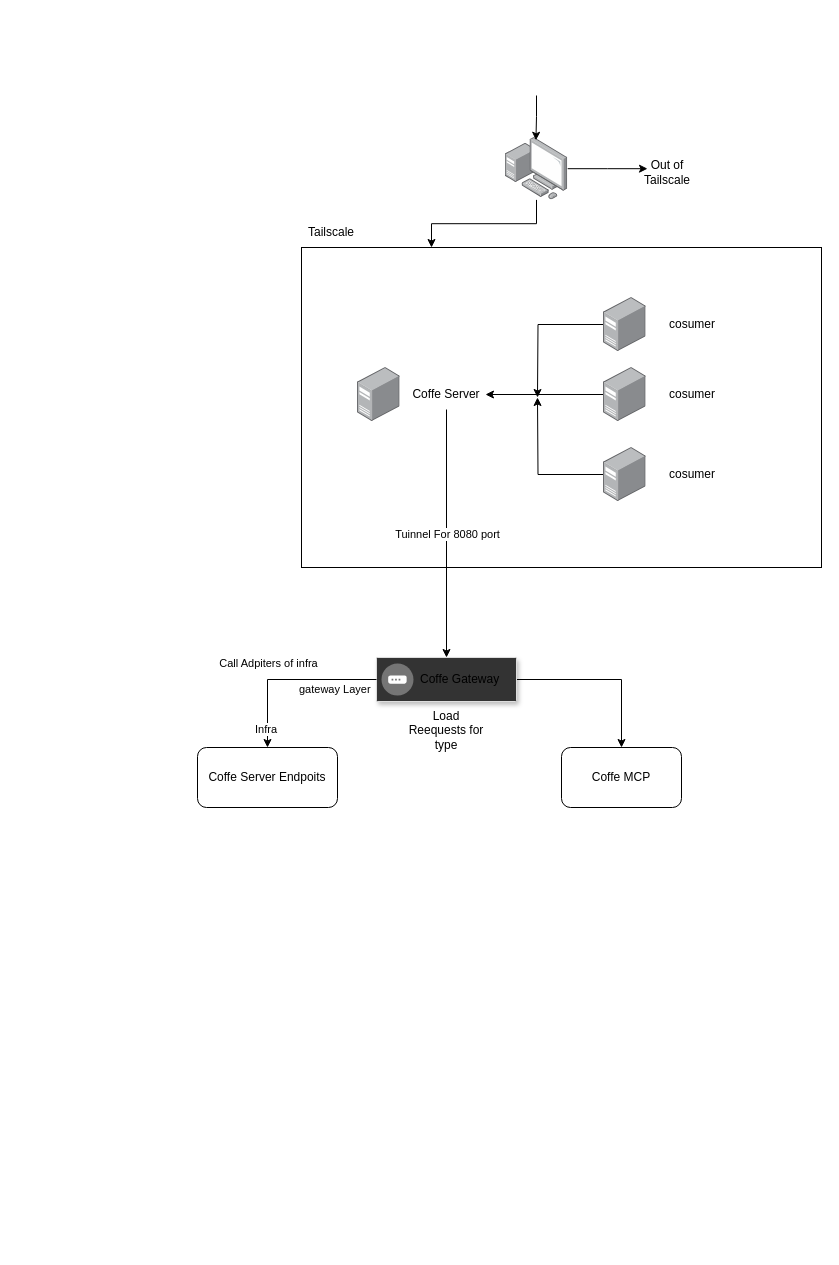
The draw.io diagram page "Overview" (2 of 4) of docs/architecture/arquiture.drawio in QuittoGames/coffe_server, before the edit. Source tidied: cells renumbered, new cells numbered last; positions are measured from the earlier drawing's top-left corner, leaving out a move shared by most shapes. Both pictures are drawn from the tidied source at 100%, with x=0, y=0 at pixel (197, 17).
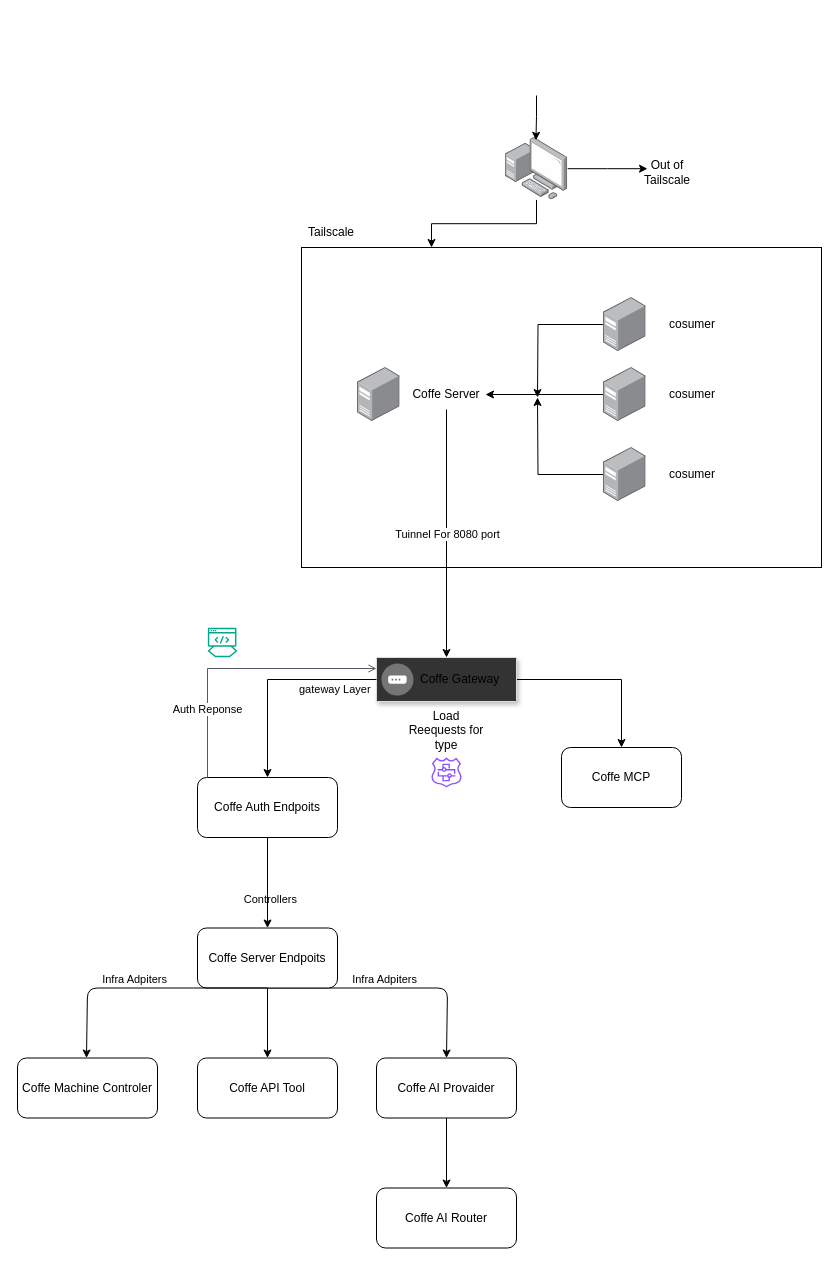
Above is the later version.

Unchanged cells that the change refers to:
```xml
<mxCell id="11" style="strokeColor=#dddddd;fillColor=#333333;shadow=1;strokeWidth=1;rounded=1;absoluteArcSize=1;arcSize=2;" parent="1" vertex="1">
  <mxGeometry x="179" y="640" width="140" height="44" as="geometry" />
</mxCell>
```

The edit, as a diff of the source:
```diff
@@
-    <mxCell id="2" style="sketch=0;outlineConnect=0;fontColor=#232F3E;gradientColor=none;fillColor=#FFFFFF;strokeColor=none;dashed=0;verticalLabelPosition=bottom;verticalAlign=top;align=center;html=1;fontSize=12;fontStyle=0;shape=mxgraph.aws4.user;" parent="1" vertex="1">
+    <mxCell id="2" style="sketch=0;outlineConnect=0;fontColor=#232F3E;gradientColor=none;fillColor=light-dark(#FFFFFF,#FFFFFF);strokeColor=none;dashed=0;verticalLabelPosition=bottom;verticalAlign=top;align=center;html=1;fontSize=12;fontStyle=0;shape=mxgraph.aws4.user;" parent="1" vertex="1">
       <mxGeometry x="300" width="78" height="78" as="geometry" />
     </mxCell>
@@
+    <mxCell id="34" style="edgeStyle=none;html=1;entryX=0.5;entryY=0;entryDx=0;entryDy=0;" parent="1" edge="1" source="28" target="38">
+      <mxGeometry relative="1" as="geometry" />
+    </mxCell>
+    <mxCell id="35" style="edgeStyle=none;html=1;exitX=0.5;exitY=1;exitDx=0;exitDy=0;entryX=0.5;entryY=0;entryDx=0;entryDy=0;" parent="1" edge="1" source="28" target="40">
+      <mxGeometry relative="1" as="geometry">
+        <Array as="points">
+          <mxPoint x="250" y="970.5" />
+        </Array>
+      </mxGeometry>
+    </mxCell>
     <mxCell id="28" value="Coffe Server Endpoits" style="rounded=1;whiteSpace=wrap;html=1;" parent="1" vertex="1">
-      <mxGeometry y="730" width="140" height="60" as="geometry" />
+      <mxGeometry y="910.5" width="140" height="60" as="geometry" />
     </mxCell>
@@
-    <mxCell id="30" style="endArrow=classic;html=1;rounded=0;entryX=0.5;entryY=0;entryDx=0;entryDy=0;exitX=0;exitY=0.5;exitDx=0;exitDy=0;" parent="1" edge="1" source="11" target="28">
+    <mxCell id="30" style="endArrow=classic;html=1;rounded=0;exitX=0;exitY=0.5;exitDx=0;exitDy=0;" parent="1" edge="1" source="11">
       <mxGeometry relative="1" as="geometry">
+        <mxPoint x="70" y="760" as="targetPoint" />
         <Array as="points">
           <mxPoint x="70" y="662" />
         </Array>
       </mxGeometry>
     </mxCell>
-    <mxCell id="31" value="Call Adpiters of infra" style="edgeLabel;html=1;align=center;verticalAlign=middle;" parent="30" vertex="1">
-      <mxGeometry relative="1" as="geometry">
-        <mxPoint x="-20" y="-17" as="offset" />
-      </mxGeometry>
-    </mxCell>
@@
-    <mxCell id="33" value="Infra" style="edgeLabel;html=1;align=right;verticalAlign=bottom;" parent="30" vertex="1">
+    <mxCell id="33" value="Controllers" style="edgeLabel;html=1;align=right;verticalAlign=bottom;" parent="30" vertex="1">
       <mxGeometry x="1" relative="1" as="geometry">
-        <mxPoint x="10" y="-10" as="offset" />
+        <mxPoint x="30" y="130" as="offset" />
       </mxGeometry>
     </mxCell>
+    <mxCell id="36" value="Infra Adpiters" style="edgeLabel;html=1;align=right;verticalAlign=bottom;" parent="30" vertex="1">
+      <mxGeometry x="1" relative="1" as="geometry">
+        <mxPoint x="150" y="210" as="offset" />
+      </mxGeometry>
+    </mxCell>
+    <mxCell id="37" value="Infra Adpiters" style="edgeLabel;html=1;align=right;verticalAlign=bottom;" parent="30" vertex="1">
+      <mxGeometry x="1" relative="1" as="geometry">
+        <mxPoint x="-100" y="210" as="offset" />
+      </mxGeometry>
+    </mxCell>
+    <mxCell id="38" value="Coffe API Tool" style="rounded=1;whiteSpace=wrap;html=1;" parent="1" vertex="1">
+      <mxGeometry y="1040.5" width="140" height="60" as="geometry" />
+    </mxCell>
+    <mxCell id="39" style="edgeStyle=none;html=1;entryX=0.5;entryY=0;entryDx=0;entryDy=0;" parent="1" edge="1" source="40" target="41">
+      <mxGeometry relative="1" as="geometry" />
+    </mxCell>
+    <mxCell id="40" value="Coffe AI Provaider" style="rounded=1;whiteSpace=wrap;html=1;" parent="1" vertex="1">
+      <mxGeometry x="179" y="1040.5" width="140" height="60" as="geometry" />
+    </mxCell>
+    <mxCell id="41" value="Coffe AI Router" style="rounded=1;whiteSpace=wrap;html=1;" parent="1" vertex="1">
+      <mxGeometry x="179" y="1170.5" width="140" height="60" as="geometry" />
+    </mxCell>
+    <mxCell id="42" value="Coffe Machine Controler" style="rounded=1;whiteSpace=wrap;html=1;" parent="1" vertex="1">
+      <mxGeometry x="-180" y="1040.5" width="140" height="60" as="geometry" />
+    </mxCell>
+    <mxCell id="43" style="edgeStyle=none;html=1;exitX=0.5;exitY=1;exitDx=0;exitDy=0;entryX=0.5;entryY=0;entryDx=0;entryDy=0;" parent="1" edge="1" source="28">
+      <mxGeometry relative="1" as="geometry">
+        <mxPoint x="-111" y="1040.5" as="targetPoint" />
+        <Array as="points">
+          <mxPoint x="-110" y="970.5" />
+        </Array>
+      </mxGeometry>
+    </mxCell>
+    <mxCell id="44" style="edgeStyle=none;html=1;" parent="1" edge="1" source="45" target="28">
+      <mxGeometry relative="1" as="geometry" />
+    </mxCell>
+    <mxCell id="45" value="Coffe Auth Endpoits" style="rounded=1;whiteSpace=wrap;html=1;" parent="1" vertex="1">
+      <mxGeometry y="760" width="140" height="60" as="geometry" />
+    </mxCell>
+    <mxCell id="46" value="Auth Reponse" style="edgeStyle=orthogonalEdgeStyle;html=1;endArrow=open;elbow=vertical;startArrow=none;endFill=0;strokeColor=#545B64;rounded=0;exitX=0.961;exitY=-0.016;exitDx=0;exitDy=0;exitPerimeter=0;entryX=0;entryY=0.25;entryDx=0;entryDy=0;" parent="1" edge="1" target="11">
+      <mxGeometry x="-0.51" relative="1" as="geometry">
+        <mxPoint x="10" y="760" as="sourcePoint" />
+        <Array as="points">
+          <mxPoint x="10" y="651" />
+        </Array>
+      </mxGeometry>
+    </mxCell>
+    <mxCell id="47" style="sketch=0;fontColor=#232F3E;gradientColor=none;fillColor=light-dark(#01A88D, #ffffff);strokeColor=none;dashed=0;verticalLabelPosition=bottom;verticalAlign=top;align=center;html=1;fontSize=12;fontStyle=0;shape=mxgraph.aws4.mainframe_modernization_developer;" parent="1" vertex="1">
+      <mxGeometry x="10" y="610" width="30" height="30" as="geometry" />
+    </mxCell>
+    <mxCell id="48" style="sketch=0;fontColor=#232F3E;gradientColor=none;fillColor=light-dark(#8C4FFF,#FFFFFF);strokeColor=none;dashed=0;verticalLabelPosition=bottom;verticalAlign=top;align=center;html=1;fontSize=12;fontStyle=0;shape=mxgraph.aws4.route_53_application_recovery_controller;" parent="1" vertex="1">
+      <mxGeometry x="234" y="740" width="30" height="30" as="geometry" />
+    </mxCell>
```
